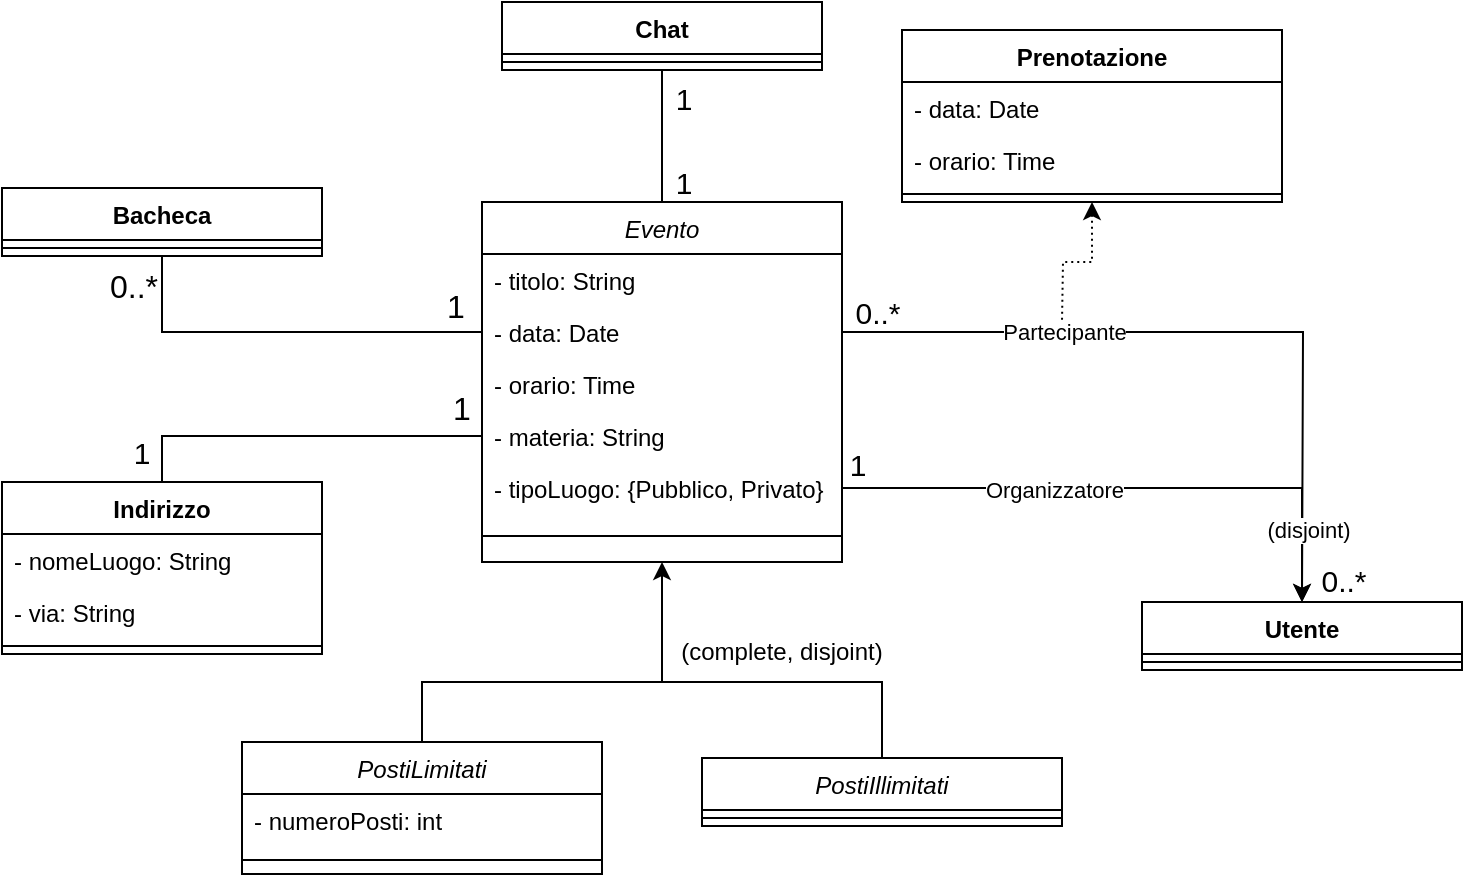
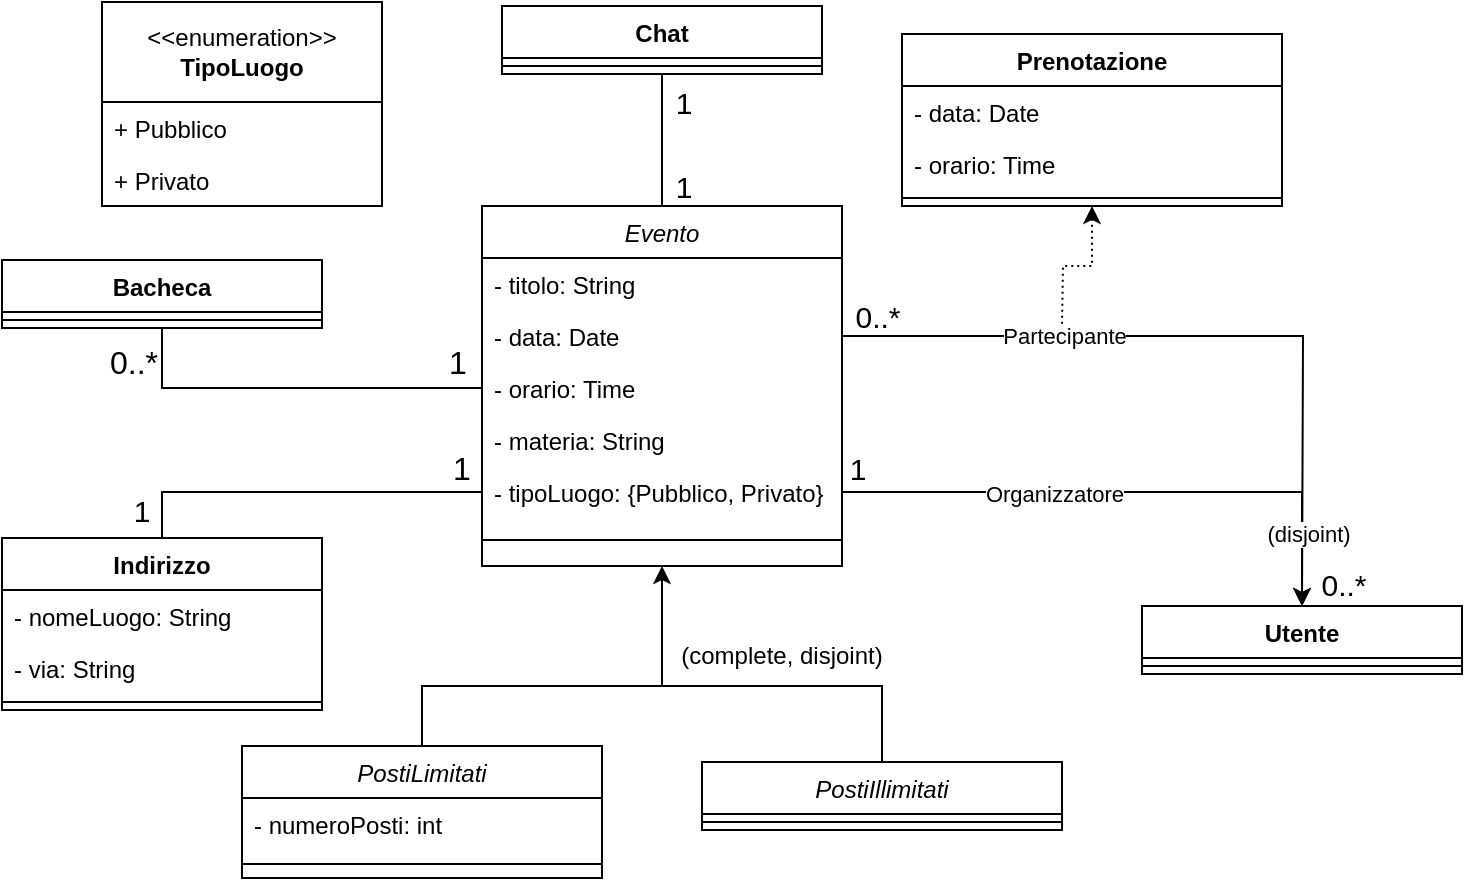
<mxfile host="app.diagrams.net">
  <diagram id="C5RBs43oDa-KdzZeNtuy" name="Page-1">
-     <mxGraphModel dx="896" dy="458" grid="1" gridSize="10" guides="1" tooltips="1" connect="1" arrows="1" fold="1" page="1" pageScale="1" pageWidth="827" pageHeight="1169" math="0" shadow="0">
+     <mxGraphModel dx="1075" dy="622" grid="1" gridSize="10" guides="1" tooltips="1" connect="1" arrows="1" fold="1" page="1" pageScale="1" pageWidth="827" pageHeight="1169" math="0" shadow="0">
      <root>
        <mxCell id="WIyWlLk6GJQsqaUBKTNV-0" />
        <mxCell id="WIyWlLk6GJQsqaUBKTNV-1" parent="WIyWlLk6GJQsqaUBKTNV-0" />
        <mxCell id="YcszxyqdBwKPzxCCbldQ-48" edge="1" parent="WIyWlLk6GJQsqaUBKTNV-1" style="edgeStyle=orthogonalEdgeStyle;rounded=0;orthogonalLoop=1;jettySize=auto;html=1;entryX=0.5;entryY=0;entryDx=0;entryDy=0;endArrow=none;endFill=0;" target="YcszxyqdBwKPzxCCbldQ-28">
          <mxGeometry relative="1" as="geometry">
            <Array as="points">
              <mxPoint x="380" y="370" />
              <mxPoint x="490" y="370" />
            </Array>
            <mxPoint x="380" y="370" as="sourcePoint" />
          </mxGeometry>
        </mxCell>
        <mxCell id="KmBhihFz0CNgSEcm0cJF-6" edge="1" parent="WIyWlLk6GJQsqaUBKTNV-1" source="zkfFHV4jXpPFQw0GAbJ--0" style="edgeStyle=orthogonalEdgeStyle;rounded=0;orthogonalLoop=1;jettySize=auto;html=1;exitX=0.5;exitY=0;exitDx=0;exitDy=0;entryX=0.5;entryY=1;entryDx=0;entryDy=0;endArrow=none;endFill=0;" target="YcszxyqdBwKPzxCCbldQ-22">
          <mxGeometry relative="1" as="geometry" />
        </mxCell>
        <mxCell id="zkfFHV4jXpPFQw0GAbJ--0" parent="WIyWlLk6GJQsqaUBKTNV-1" style="swimlane;fontStyle=2;align=center;verticalAlign=top;childLayout=stackLayout;horizontal=1;startSize=26;horizontalStack=0;resizeParent=1;resizeLast=0;collapsible=1;marginBottom=0;rounded=0;shadow=0;strokeWidth=1;" value="Evento" vertex="1">
          <mxGeometry height="180" width="180" x="290" y="130" as="geometry">
            <mxRectangle height="26" width="160" x="270" y="70" as="alternateBounds" />
          </mxGeometry>
        </mxCell>
        <mxCell id="zkfFHV4jXpPFQw0GAbJ--1" parent="zkfFHV4jXpPFQw0GAbJ--0" style="text;align=left;verticalAlign=top;spacingLeft=4;spacingRight=4;overflow=hidden;rotatable=0;points=[[0,0.5],[1,0.5]];portConstraint=eastwest;" value="- titolo: String" vertex="1">
          <mxGeometry height="26" width="180" y="26" as="geometry" />
        </mxCell>
        <mxCell id="QE2u7S5_JqNKbWLhJAu7-6" edge="1" parent="zkfFHV4jXpPFQw0GAbJ--0" source="zkfFHV4jXpPFQw0GAbJ--3" style="edgeStyle=orthogonalEdgeStyle;rounded=0;orthogonalLoop=1;jettySize=auto;html=1;exitX=1;exitY=0.5;exitDx=0;exitDy=0;">
          <mxGeometry relative="1" as="geometry">
            <mxPoint x="410" y="200" as="targetPoint" />
          </mxGeometry>
        </mxCell>
        <mxCell id="QE2u7S5_JqNKbWLhJAu7-8" connectable="0" parent="QE2u7S5_JqNKbWLhJAu7-6" style="edgeLabel;html=1;align=center;verticalAlign=middle;resizable=0;points=[];" value="Partecipante" vertex="1">
          <mxGeometry relative="1" x="-0.3919" as="geometry">
            <mxPoint as="offset" />
          </mxGeometry>
        </mxCell>
        <mxCell id="zkfFHV4jXpPFQw0GAbJ--3" parent="zkfFHV4jXpPFQw0GAbJ--0" style="text;align=left;verticalAlign=top;spacingLeft=4;spacingRight=4;overflow=hidden;rotatable=0;points=[[0,0.5],[1,0.5]];portConstraint=eastwest;rounded=0;shadow=0;html=0;" value="- data: Date" vertex="1">
          <mxGeometry height="26" width="180" y="52" as="geometry" />
        </mxCell>
        <mxCell id="YcszxyqdBwKPzxCCbldQ-1" parent="zkfFHV4jXpPFQw0GAbJ--0" style="text;align=left;verticalAlign=top;spacingLeft=4;spacingRight=4;overflow=hidden;rotatable=0;points=[[0,0.5],[1,0.5]];portConstraint=eastwest;rounded=0;shadow=0;html=0;" value="- orario: Time" vertex="1">
          <mxGeometry height="26" width="180" y="78" as="geometry" />
        </mxCell>
        <mxCell id="YcszxyqdBwKPzxCCbldQ-0" parent="zkfFHV4jXpPFQw0GAbJ--0" style="text;align=left;verticalAlign=top;spacingLeft=4;spacingRight=4;overflow=hidden;rotatable=0;points=[[0,0.5],[1,0.5]];portConstraint=eastwest;rounded=0;shadow=0;html=0;" value="- materia: String" vertex="1">
          <mxGeometry height="26" width="180" y="104" as="geometry" />
        </mxCell>
        <mxCell id="YcszxyqdBwKPzxCCbldQ-2" parent="zkfFHV4jXpPFQw0GAbJ--0" style="text;align=left;verticalAlign=top;spacingLeft=4;spacingRight=4;overflow=hidden;rotatable=0;points=[[0,0.5],[1,0.5]];portConstraint=eastwest;rounded=0;shadow=0;html=0;" value="- tipoLuogo: {Pubblico, Privato}" vertex="1">
          <mxGeometry height="26" width="180" y="130" as="geometry" />
        </mxCell>
        <mxCell id="zkfFHV4jXpPFQw0GAbJ--4" parent="zkfFHV4jXpPFQw0GAbJ--0" style="line;html=1;strokeWidth=1;align=left;verticalAlign=middle;spacingTop=-1;spacingLeft=3;spacingRight=3;rotatable=0;labelPosition=right;points=[];portConstraint=eastwest;" value="" vertex="1">
          <mxGeometry height="22" width="180" y="156" as="geometry" />
        </mxCell>
-         <mxCell id="YcszxyqdBwKPzxCCbldQ-63" edge="1" parent="WIyWlLk6GJQsqaUBKTNV-1" source="YcszxyqdBwKPzxCCbldQ-5" style="edgeStyle=orthogonalEdgeStyle;rounded=0;orthogonalLoop=1;jettySize=auto;html=1;entryX=0;entryY=0.5;entryDx=0;entryDy=0;endArrow=none;endFill=0;" target="YcszxyqdBwKPzxCCbldQ-0" value="">
+         <mxCell id="YcszxyqdBwKPzxCCbldQ-63" edge="1" parent="WIyWlLk6GJQsqaUBKTNV-1" source="YcszxyqdBwKPzxCCbldQ-5" style="edgeStyle=orthogonalEdgeStyle;rounded=0;orthogonalLoop=1;jettySize=auto;html=1;entryX=0;entryY=0.5;entryDx=0;entryDy=0;endArrow=none;endFill=0;" target="YcszxyqdBwKPzxCCbldQ-2" value="">
          <mxGeometry relative="1" as="geometry" />
        </mxCell>
        <mxCell id="YcszxyqdBwKPzxCCbldQ-5" parent="WIyWlLk6GJQsqaUBKTNV-1" style="swimlane;fontStyle=1;align=center;verticalAlign=top;childLayout=stackLayout;horizontal=1;startSize=26;horizontalStack=0;resizeParent=1;resizeParentMax=0;resizeLast=0;collapsible=1;marginBottom=0;whiteSpace=wrap;html=1;" value="Indirizzo" vertex="1">
-           <mxGeometry height="86" width="160" x="50" y="270" as="geometry" />
+           <mxGeometry height="86" width="160" x="50" y="296" as="geometry" />
        </mxCell>
        <mxCell id="YcszxyqdBwKPzxCCbldQ-6" parent="YcszxyqdBwKPzxCCbldQ-5" style="text;strokeColor=none;fillColor=none;align=left;verticalAlign=top;spacingLeft=4;spacingRight=4;overflow=hidden;rotatable=0;points=[[0,0.5],[1,0.5]];portConstraint=eastwest;whiteSpace=wrap;html=1;" value="- nomeLuogo: String" vertex="1">
          <mxGeometry height="26" width="160" y="26" as="geometry" />
        </mxCell>
        <mxCell id="YcszxyqdBwKPzxCCbldQ-9" parent="YcszxyqdBwKPzxCCbldQ-5" style="text;strokeColor=none;fillColor=none;align=left;verticalAlign=top;spacingLeft=4;spacingRight=4;overflow=hidden;rotatable=0;points=[[0,0.5],[1,0.5]];portConstraint=eastwest;whiteSpace=wrap;html=1;" value="- via: String" vertex="1">
          <mxGeometry height="26" width="160" y="52" as="geometry" />
        </mxCell>
        <mxCell id="YcszxyqdBwKPzxCCbldQ-7" parent="YcszxyqdBwKPzxCCbldQ-5" style="line;strokeWidth=1;fillColor=none;align=left;verticalAlign=middle;spacingTop=-1;spacingLeft=3;spacingRight=3;rotatable=0;labelPosition=right;points=[];portConstraint=eastwest;strokeColor=inherit;" value="" vertex="1">
          <mxGeometry height="8" width="160" y="78" as="geometry" />
        </mxCell>
-         <mxCell id="KmBhihFz0CNgSEcm0cJF-3" edge="1" parent="WIyWlLk6GJQsqaUBKTNV-1" source="YcszxyqdBwKPzxCCbldQ-10" style="edgeStyle=orthogonalEdgeStyle;rounded=0;orthogonalLoop=1;jettySize=auto;html=1;exitX=0.5;exitY=1;exitDx=0;exitDy=0;entryX=0;entryY=0.5;entryDx=0;entryDy=0;endArrow=none;endFill=0;" target="zkfFHV4jXpPFQw0GAbJ--3">
+         <mxCell id="KmBhihFz0CNgSEcm0cJF-3" edge="1" parent="WIyWlLk6GJQsqaUBKTNV-1" source="YcszxyqdBwKPzxCCbldQ-10" style="edgeStyle=orthogonalEdgeStyle;rounded=0;orthogonalLoop=1;jettySize=auto;html=1;exitX=0.5;exitY=1;exitDx=0;exitDy=0;entryX=0;entryY=0.5;entryDx=0;entryDy=0;endArrow=none;endFill=0;" target="YcszxyqdBwKPzxCCbldQ-1">
          <mxGeometry relative="1" as="geometry" />
        </mxCell>
        <mxCell id="YcszxyqdBwKPzxCCbldQ-10" parent="WIyWlLk6GJQsqaUBKTNV-1" style="swimlane;fontStyle=1;align=center;verticalAlign=top;childLayout=stackLayout;horizontal=1;startSize=26;horizontalStack=0;resizeParent=1;resizeParentMax=0;resizeLast=0;collapsible=1;marginBottom=0;whiteSpace=wrap;html=1;shadow=0;" value="Bacheca" vertex="1">
-           <mxGeometry height="34" width="160" x="50" y="123" as="geometry" />
+           <mxGeometry height="34" width="160" x="50" y="157" as="geometry" />
        </mxCell>
        <mxCell id="YcszxyqdBwKPzxCCbldQ-12" parent="YcszxyqdBwKPzxCCbldQ-10" style="line;strokeWidth=1;fillColor=none;align=left;verticalAlign=middle;spacingTop=-1;spacingLeft=3;spacingRight=3;rotatable=0;labelPosition=right;points=[];portConstraint=eastwest;strokeColor=inherit;" value="" vertex="1">
          <mxGeometry height="8" width="160" y="26" as="geometry" />
        </mxCell>
        <mxCell id="YcszxyqdBwKPzxCCbldQ-14" parent="WIyWlLk6GJQsqaUBKTNV-1" style="swimlane;fontStyle=1;align=center;verticalAlign=top;childLayout=stackLayout;horizontal=1;startSize=26;horizontalStack=0;resizeParent=1;resizeParentMax=0;resizeLast=0;collapsible=1;marginBottom=0;whiteSpace=wrap;html=1;" value="Utente" vertex="1">
          <mxGeometry height="34" width="160" x="620" y="330" as="geometry" />
        </mxCell>
        <mxCell id="YcszxyqdBwKPzxCCbldQ-16" parent="YcszxyqdBwKPzxCCbldQ-14" style="line;strokeWidth=1;fillColor=none;align=left;verticalAlign=middle;spacingTop=-1;spacingLeft=3;spacingRight=3;rotatable=0;labelPosition=right;points=[];portConstraint=eastwest;strokeColor=inherit;" value="" vertex="1">
          <mxGeometry height="8" width="160" y="26" as="geometry" />
        </mxCell>
        <mxCell id="QE2u7S5_JqNKbWLhJAu7-10" edge="1" parent="WIyWlLk6GJQsqaUBKTNV-1" source="YcszxyqdBwKPzxCCbldQ-18" style="edgeStyle=orthogonalEdgeStyle;rounded=0;orthogonalLoop=1;jettySize=auto;html=1;exitX=0.5;exitY=1;exitDx=0;exitDy=0;startArrow=classic;startFill=1;endArrow=none;endFill=0;dashed=1;dashPattern=1 2;">
          <mxGeometry relative="1" as="geometry">
            <mxPoint x="580" y="190" as="targetPoint" />
          </mxGeometry>
        </mxCell>
        <mxCell id="YcszxyqdBwKPzxCCbldQ-18" parent="WIyWlLk6GJQsqaUBKTNV-1" style="swimlane;fontStyle=1;align=center;verticalAlign=top;childLayout=stackLayout;horizontal=1;startSize=26;horizontalStack=0;resizeParent=1;resizeParentMax=0;resizeLast=0;collapsible=1;marginBottom=0;whiteSpace=wrap;html=1;fontColor=light-dark(#000000,#FF0000);" value="&lt;font style=&quot;color: light-dark(rgb(0, 0, 0), rgb(255, 255, 255));&quot;&gt;Prenotazione&lt;/font&gt;" vertex="1">
          <mxGeometry height="86" width="190" x="500" y="44" as="geometry" />
        </mxCell>
        <mxCell id="YcszxyqdBwKPzxCCbldQ-19" parent="YcszxyqdBwKPzxCCbldQ-18" style="text;strokeColor=none;fillColor=none;align=left;verticalAlign=top;spacingLeft=4;spacingRight=4;overflow=hidden;rotatable=0;points=[[0,0.5],[1,0.5]];portConstraint=eastwest;whiteSpace=wrap;html=1;" value="- data: Date" vertex="1">
          <mxGeometry height="26" width="190" y="26" as="geometry" />
        </mxCell>
        <mxCell id="KmBhihFz0CNgSEcm0cJF-9" parent="YcszxyqdBwKPzxCCbldQ-18" style="text;align=left;verticalAlign=top;spacingLeft=4;spacingRight=4;overflow=hidden;rotatable=0;points=[[0,0.5],[1,0.5]];portConstraint=eastwest;rounded=0;shadow=0;html=0;" value="- orario: Time" vertex="1">
          <mxGeometry height="26" width="190" y="52" as="geometry" />
        </mxCell>
        <mxCell id="YcszxyqdBwKPzxCCbldQ-20" parent="YcszxyqdBwKPzxCCbldQ-18" style="line;strokeWidth=1;fillColor=none;align=left;verticalAlign=middle;spacingTop=-1;spacingLeft=3;spacingRight=3;rotatable=0;labelPosition=right;points=[];portConstraint=eastwest;strokeColor=inherit;" value="" vertex="1">
          <mxGeometry height="8" width="190" y="78" as="geometry" />
        </mxCell>
        <mxCell id="YcszxyqdBwKPzxCCbldQ-22" parent="WIyWlLk6GJQsqaUBKTNV-1" style="swimlane;fontStyle=1;align=center;verticalAlign=top;childLayout=stackLayout;horizontal=1;startSize=26;horizontalStack=0;resizeParent=1;resizeParentMax=0;resizeLast=0;collapsible=1;marginBottom=0;whiteSpace=wrap;html=1;" value="Chat" vertex="1">
          <mxGeometry height="34" width="160" x="300" y="30" as="geometry" />
        </mxCell>
        <mxCell id="YcszxyqdBwKPzxCCbldQ-24" parent="YcszxyqdBwKPzxCCbldQ-22" style="line;strokeWidth=1;fillColor=none;align=left;verticalAlign=middle;spacingTop=-1;spacingLeft=3;spacingRight=3;rotatable=0;labelPosition=right;points=[];portConstraint=eastwest;strokeColor=inherit;" value="" vertex="1">
          <mxGeometry height="8" width="160" y="26" as="geometry" />
        </mxCell>
        <mxCell id="YcszxyqdBwKPzxCCbldQ-28" parent="WIyWlLk6GJQsqaUBKTNV-1" style="swimlane;fontStyle=2;align=center;verticalAlign=top;childLayout=stackLayout;horizontal=1;startSize=26;horizontalStack=0;resizeParent=1;resizeLast=0;collapsible=1;marginBottom=0;rounded=0;shadow=0;strokeWidth=1;" value="PostiIllimitati" vertex="1">
          <mxGeometry height="34" width="180" x="400" y="408" as="geometry">
            <mxRectangle height="26" width="160" x="270" y="70" as="alternateBounds" />
          </mxGeometry>
        </mxCell>
        <mxCell id="YcszxyqdBwKPzxCCbldQ-35" parent="YcszxyqdBwKPzxCCbldQ-28" style="line;html=1;strokeWidth=1;align=left;verticalAlign=middle;spacingTop=-1;spacingLeft=3;spacingRight=3;rotatable=0;labelPosition=right;points=[];portConstraint=eastwest;" value="" vertex="1">
          <mxGeometry height="8" width="180" y="26" as="geometry" />
        </mxCell>
        <mxCell id="YcszxyqdBwKPzxCCbldQ-46" edge="1" parent="WIyWlLk6GJQsqaUBKTNV-1" source="YcszxyqdBwKPzxCCbldQ-36" style="edgeStyle=orthogonalEdgeStyle;rounded=0;orthogonalLoop=1;jettySize=auto;html=1;exitX=0.5;exitY=0;exitDx=0;exitDy=0;">
          <mxGeometry relative="1" as="geometry">
            <Array as="points">
              <mxPoint x="260" y="370" />
              <mxPoint x="380" y="370" />
            </Array>
            <mxPoint x="380" y="310" as="targetPoint" />
          </mxGeometry>
        </mxCell>
        <mxCell id="YcszxyqdBwKPzxCCbldQ-36" parent="WIyWlLk6GJQsqaUBKTNV-1" style="swimlane;fontStyle=2;align=center;verticalAlign=top;childLayout=stackLayout;horizontal=1;startSize=26;horizontalStack=0;resizeParent=1;resizeLast=0;collapsible=1;marginBottom=0;rounded=0;shadow=0;strokeWidth=1;" value="PostiLimitati" vertex="1">
          <mxGeometry height="66" width="180" x="170" y="400" as="geometry">
            <mxRectangle height="26" width="160" x="270" y="70" as="alternateBounds" />
          </mxGeometry>
        </mxCell>
        <mxCell id="YcszxyqdBwKPzxCCbldQ-45" parent="YcszxyqdBwKPzxCCbldQ-36" style="text;align=left;verticalAlign=top;spacingLeft=4;spacingRight=4;overflow=hidden;rotatable=0;points=[[0,0.5],[1,0.5]];portConstraint=eastwest;rounded=0;shadow=0;html=0;" value="- numeroPosti: int" vertex="1">
          <mxGeometry height="26" width="180" y="26" as="geometry" />
        </mxCell>
        <mxCell id="YcszxyqdBwKPzxCCbldQ-43" parent="YcszxyqdBwKPzxCCbldQ-36" style="line;html=1;strokeWidth=1;align=left;verticalAlign=middle;spacingTop=-1;spacingLeft=3;spacingRight=3;rotatable=0;labelPosition=right;points=[];portConstraint=eastwest;" value="" vertex="1">
          <mxGeometry height="14" width="180" y="52" as="geometry" />
        </mxCell>
        <mxCell id="YcszxyqdBwKPzxCCbldQ-49" parent="WIyWlLk6GJQsqaUBKTNV-1" style="text;html=1;whiteSpace=wrap;strokeColor=none;fillColor=none;align=center;verticalAlign=middle;rounded=0;" value="(complete, disjoint)" vertex="1">
          <mxGeometry height="30" width="120" x="380" y="340" as="geometry" />
        </mxCell>
        <mxCell id="KmBhihFz0CNgSEcm0cJF-0" parent="WIyWlLk6GJQsqaUBKTNV-1" style="text;html=1;whiteSpace=wrap;strokeColor=none;fillColor=none;align=center;verticalAlign=middle;rounded=0;" value="&lt;font style=&quot;font-size: 15px;&quot;&gt;1&lt;/font&gt;" vertex="1">
-           <mxGeometry height="30" width="60" x="90" y="240" as="geometry" />
+           <mxGeometry height="30" width="60" x="90" y="267" as="geometry" />
        </mxCell>
        <mxCell id="KmBhihFz0CNgSEcm0cJF-1" parent="WIyWlLk6GJQsqaUBKTNV-1" style="text;html=1;whiteSpace=wrap;strokeColor=none;fillColor=none;align=center;verticalAlign=middle;rounded=0;" value="&lt;font style=&quot;font-size: 16px;&quot;&gt;1&lt;/font&gt;" vertex="1">
-           <mxGeometry height="30" width="60" x="250" y="218" as="geometry" />
+           <mxGeometry height="30" width="60" x="250" y="246" as="geometry" />
        </mxCell>
        <mxCell id="KmBhihFz0CNgSEcm0cJF-4" parent="WIyWlLk6GJQsqaUBKTNV-1" style="text;html=1;whiteSpace=wrap;strokeColor=none;fillColor=none;align=center;verticalAlign=middle;rounded=0;" value="&lt;font style=&quot;font-size: 16px;&quot;&gt;0..*&lt;/font&gt;" vertex="1">
-           <mxGeometry height="30" width="60" x="86" y="157" as="geometry" />
+           <mxGeometry height="30" width="60" x="86" y="193" as="geometry" />
        </mxCell>
        <mxCell id="KmBhihFz0CNgSEcm0cJF-5" parent="WIyWlLk6GJQsqaUBKTNV-1" style="text;html=1;whiteSpace=wrap;strokeColor=none;fillColor=none;align=center;verticalAlign=middle;rounded=0;" value="&lt;font style=&quot;font-size: 16px;&quot;&gt;1&lt;/font&gt;" vertex="1">
-           <mxGeometry height="30" width="60" x="247" y="167" as="geometry" />
+           <mxGeometry height="30" width="60" x="248" y="193" as="geometry" />
        </mxCell>
        <mxCell id="KmBhihFz0CNgSEcm0cJF-7" parent="WIyWlLk6GJQsqaUBKTNV-1" style="text;html=1;whiteSpace=wrap;strokeColor=none;fillColor=none;align=center;verticalAlign=middle;rounded=0;" value="&lt;font style=&quot;font-size: 15px;&quot;&gt;1&lt;/font&gt;" vertex="1">
          <mxGeometry height="30" width="60" x="361" y="63" as="geometry" />
        </mxCell>
        <mxCell id="KmBhihFz0CNgSEcm0cJF-8" parent="WIyWlLk6GJQsqaUBKTNV-1" style="text;html=1;whiteSpace=wrap;strokeColor=none;fillColor=none;align=center;verticalAlign=middle;rounded=0;" value="&lt;font style=&quot;font-size: 15px;&quot;&gt;1&lt;/font&gt;" vertex="1">
          <mxGeometry height="30" width="60" x="361" y="105" as="geometry" />
        </mxCell>
        <mxCell id="QE2u7S5_JqNKbWLhJAu7-5" edge="1" parent="WIyWlLk6GJQsqaUBKTNV-1" source="YcszxyqdBwKPzxCCbldQ-2" style="edgeStyle=orthogonalEdgeStyle;rounded=0;orthogonalLoop=1;jettySize=auto;html=1;exitX=1;exitY=0.5;exitDx=0;exitDy=0;" target="YcszxyqdBwKPzxCCbldQ-14">
          <mxGeometry relative="1" as="geometry" />
        </mxCell>
        <mxCell id="QE2u7S5_JqNKbWLhJAu7-7" connectable="0" parent="QE2u7S5_JqNKbWLhJAu7-5" style="edgeLabel;html=1;align=center;verticalAlign=middle;resizable=0;points=[];" value="(disjoint)" vertex="1">
          <mxGeometry relative="1" x="0.8071" y="3" as="geometry">
            <mxPoint y="-9" as="offset" />
          </mxGeometry>
        </mxCell>
        <mxCell id="QE2u7S5_JqNKbWLhJAu7-9" connectable="0" parent="QE2u7S5_JqNKbWLhJAu7-5" style="edgeLabel;html=1;align=center;verticalAlign=middle;resizable=0;points=[];" value="Organizzatore" vertex="1">
          <mxGeometry relative="1" x="-0.2657" y="-1" as="geometry">
            <mxPoint as="offset" />
          </mxGeometry>
        </mxCell>
        <mxCell id="QE2u7S5_JqNKbWLhJAu7-11" parent="WIyWlLk6GJQsqaUBKTNV-1" style="text;html=1;whiteSpace=wrap;strokeColor=none;fillColor=none;align=center;verticalAlign=middle;rounded=0;" value="&lt;font style=&quot;font-size: 15px;&quot;&gt;0..*&lt;/font&gt;" vertex="1">
          <mxGeometry height="30" width="60" x="458" y="170" as="geometry" />
        </mxCell>
        <mxCell id="QE2u7S5_JqNKbWLhJAu7-12" parent="WIyWlLk6GJQsqaUBKTNV-1" style="text;html=1;whiteSpace=wrap;strokeColor=none;fillColor=none;align=center;verticalAlign=middle;rounded=0;" value="&lt;font style=&quot;font-size: 15px;&quot;&gt;1&lt;/font&gt;" vertex="1">
          <mxGeometry height="30" width="60" x="448" y="246" as="geometry" />
        </mxCell>
        <mxCell id="QE2u7S5_JqNKbWLhJAu7-13" parent="WIyWlLk6GJQsqaUBKTNV-1" style="text;html=1;whiteSpace=wrap;strokeColor=none;fillColor=none;align=center;verticalAlign=middle;rounded=0;" value="&lt;font style=&quot;font-size: 15px;&quot;&gt;0..*&lt;/font&gt;" vertex="1">
          <mxGeometry height="30" width="60" x="691" y="304" as="geometry" />
        </mxCell>
+         <mxCell id="qCUcIwZqAsFRG2SPktwB-0" parent="WIyWlLk6GJQsqaUBKTNV-1" style="swimlane;fontStyle=0;childLayout=stackLayout;horizontal=1;startSize=50;fillColor=none;horizontalStack=0;resizeParent=1;resizeParentMax=0;resizeLast=0;collapsible=1;marginBottom=0;whiteSpace=wrap;html=1;" value="&amp;lt;&amp;lt;enumeration&amp;gt;&amp;gt;&lt;div&gt;&lt;b&gt;TipoLuogo&lt;/b&gt;&lt;/div&gt;" vertex="1">
+           <mxGeometry height="102" width="140" x="100" y="28" as="geometry" />
+         </mxCell>
+         <mxCell id="qCUcIwZqAsFRG2SPktwB-1" parent="qCUcIwZqAsFRG2SPktwB-0" style="text;strokeColor=none;fillColor=none;align=left;verticalAlign=top;spacingLeft=4;spacingRight=4;overflow=hidden;rotatable=0;points=[[0,0.5],[1,0.5]];portConstraint=eastwest;whiteSpace=wrap;html=1;" value="+ Pubblico" vertex="1">
+           <mxGeometry height="26" width="140" y="50" as="geometry" />
+         </mxCell>
+         <mxCell id="qCUcIwZqAsFRG2SPktwB-2" parent="qCUcIwZqAsFRG2SPktwB-0" style="text;strokeColor=none;fillColor=none;align=left;verticalAlign=top;spacingLeft=4;spacingRight=4;overflow=hidden;rotatable=0;points=[[0,0.5],[1,0.5]];portConstraint=eastwest;whiteSpace=wrap;html=1;" value="+ Privato" vertex="1">
+           <mxGeometry height="26" width="140" y="76" as="geometry" />
+         </mxCell>
      </root>
    </mxGraphModel>
  </diagram>
</mxfile>
